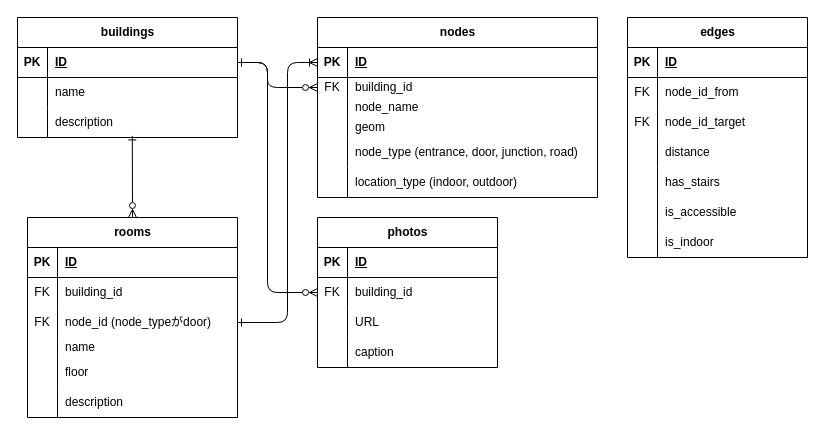
SystemEngineeringTeam/ait-guide-back-v3 keeps this draw.io diagram as docs/ait-guide.drawio. Above is the earlier version. Source tidied: cells renumbered, new cells numbered last; positions are measured from the earlier drawing's top-left corner, leaving out a move shared by most shapes. Both pictures are drawn from the tidied source at 100%, with x=0, y=0 at pixel (17, 17).
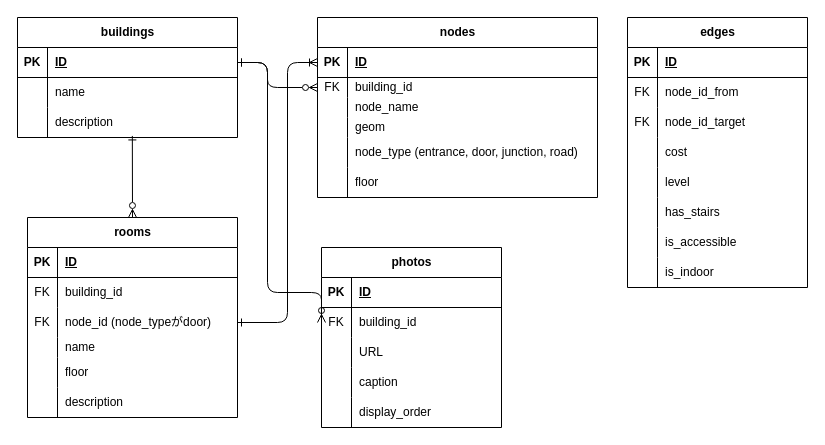
The same diagram, later.

The change refers to these unchanged cells:
```xml
<mxCell id="62" style="shape=tableRow;horizontal=0;startSize=0;swimlaneHead=0;swimlaneBody=0;fillColor=none;top=0;left=0;right=0;bottom=0;" parent="46" vertex="1">
  <mxGeometry y="150" width="280" height="30" as="geometry" />
</mxCell>
<mxCell id="75" style="shape=tableRow;horizontal=0;startSize=0;swimlaneHead=0;swimlaneBody=0;fillColor=none;top=0;left=0;right=0;bottom=0;" parent="65" vertex="1">
  <mxGeometry y="120" width="180" height="30" as="geometry" />
</mxCell>
```

Diff of the diagram source:
```diff
@@
     <mxCell id="12" value="photos" style="shape=table;startSize=30;childLayout=tableLayout;rowLines=0;fontStyle=1;align=center;html=1;" parent="1" vertex="1">
-      <mxGeometry x="300" y="200" width="180" height="150" as="geometry" />
+      <mxGeometry x="304" y="230" width="180" height="180" as="geometry" />
     </mxCell>
@@
+    <mxCell id="89" style="shape=tableRow;horizontal=0;startSize=0;swimlaneHead=0;swimlaneBody=0;fillColor=none;top=0;left=0;right=0;bottom=0;" parent="12" vertex="1">
+      <mxGeometry y="150" width="180" height="30" as="geometry" />
+    </mxCell>
+    <mxCell id="90" style="shape=partialRectangle;fillColor=none;top=0;left=0;bottom=0;right=0;overflow=hidden;whiteSpace=wrap;html=1;" parent="89" vertex="1">
+      <mxGeometry width="30" height="30" as="geometry" />
+    </mxCell>
+    <mxCell id="91" value="display_order" style="shape=partialRectangle;fillColor=none;top=0;left=0;bottom=0;right=0;align=left;spacingLeft=6;overflow=hidden;whiteSpace=wrap;html=1;" parent="89" vertex="1">
+      <mxGeometry x="30" width="150" height="30" as="geometry" />
+    </mxCell>
@@
-    <mxCell id="64" value="location_type (indoor, outdoor)" style="shape=partialRectangle;fillColor=none;top=0;left=0;bottom=0;right=0;align=left;spacingLeft=6;overflow=hidden;whiteSpace=wrap;html=1;" parent="62" vertex="1">
+    <mxCell id="64" value="floor" style="shape=partialRectangle;fillColor=none;top=0;left=0;bottom=0;right=0;align=left;spacingLeft=6;overflow=hidden;whiteSpace=wrap;html=1;" parent="62" vertex="1">
       <mxGeometry x="30" width="250" height="30" as="geometry" />
     </mxCell>
     <mxCell id="65" value="edges" style="shape=table;startSize=30;childLayout=tableLayout;rowLines=0;fontStyle=1;align=center;html=1;" parent="1" vertex="1">
-      <mxGeometry x="610" width="180" height="240" as="geometry" />
+      <mxGeometry x="610" width="180" height="270" as="geometry" />
     </mxCell>
@@
-    <mxCell id="77" value="distance" style="shape=partialRectangle;fillColor=none;top=0;left=0;bottom=0;right=0;align=left;spacingLeft=6;overflow=hidden;whiteSpace=wrap;html=1;" parent="75" vertex="1">
+    <mxCell id="77" value="cost" style="shape=partialRectangle;fillColor=none;top=0;left=0;bottom=0;right=0;align=left;spacingLeft=6;overflow=hidden;whiteSpace=wrap;html=1;" parent="75" vertex="1">
       <mxGeometry x="30" width="150" height="30" as="geometry" />
     </mxCell>
+    <mxCell id="92" style="shape=tableRow;horizontal=0;startSize=0;swimlaneHead=0;swimlaneBody=0;fillColor=none;top=0;left=0;right=0;bottom=0;" parent="65" vertex="1">
+      <mxGeometry y="150" width="180" height="30" as="geometry" />
+    </mxCell>
+    <mxCell id="93" style="shape=partialRectangle;fillColor=none;top=0;left=0;bottom=0;right=0;overflow=hidden;whiteSpace=wrap;html=1;" parent="92" vertex="1">
+      <mxGeometry width="30" height="30" as="geometry" />
+    </mxCell>
+    <mxCell id="94" value="level" style="shape=partialRectangle;fillColor=none;top=0;left=0;bottom=0;right=0;align=left;spacingLeft=6;overflow=hidden;whiteSpace=wrap;html=1;" parent="92" vertex="1">
+      <mxGeometry x="30" width="150" height="30" as="geometry" />
+    </mxCell>
     <mxCell id="78" style="shape=tableRow;horizontal=0;startSize=0;swimlaneHead=0;swimlaneBody=0;fillColor=none;top=0;left=0;right=0;bottom=0;" parent="65" vertex="1">
-      <mxGeometry y="150" width="180" height="30" as="geometry" />
+      <mxGeometry y="180" width="180" height="30" as="geometry" />
     </mxCell>
@@
     <mxCell id="81" style="shape=tableRow;horizontal=0;startSize=0;swimlaneHead=0;swimlaneBody=0;fillColor=none;top=0;left=0;right=0;bottom=0;" parent="65" vertex="1">
-      <mxGeometry y="180" width="180" height="30" as="geometry" />
+      <mxGeometry y="210" width="180" height="30" as="geometry" />
     </mxCell>
@@
     <mxCell id="84" style="shape=tableRow;horizontal=0;startSize=0;swimlaneHead=0;swimlaneBody=0;fillColor=none;top=0;left=0;right=0;bottom=0;" parent="65" vertex="1">
-      <mxGeometry y="210" width="180" height="30" as="geometry" />
+      <mxGeometry y="240" width="180" height="30" as="geometry" />
     </mxCell>
```
